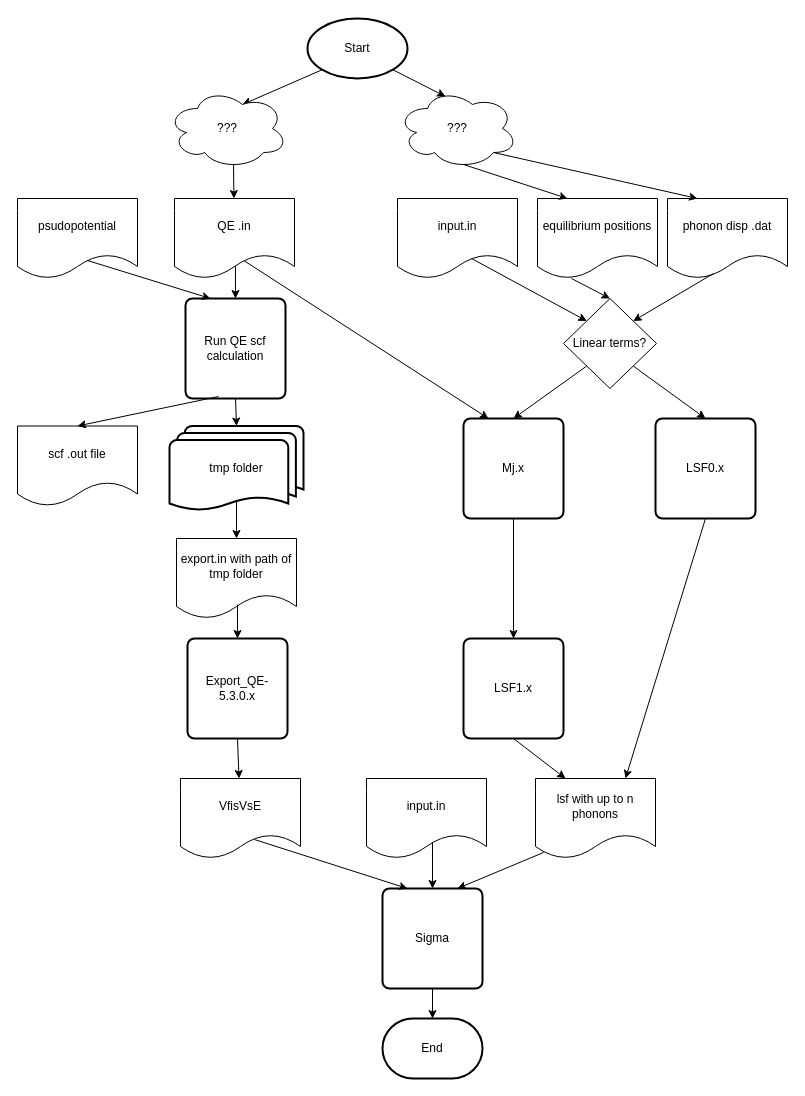
Above: carrierCapture.drawio in laurarnichols/defectCrossSections (draw.io), before the change. Source tidied: cells renumbered, new cells numbered last; positions are measured from the earlier drawing's top-left corner, leaving out a move shared by most shapes. Both pictures are drawn from the tidied source at 100%, with x=0, y=0 at pixel (17, 18).
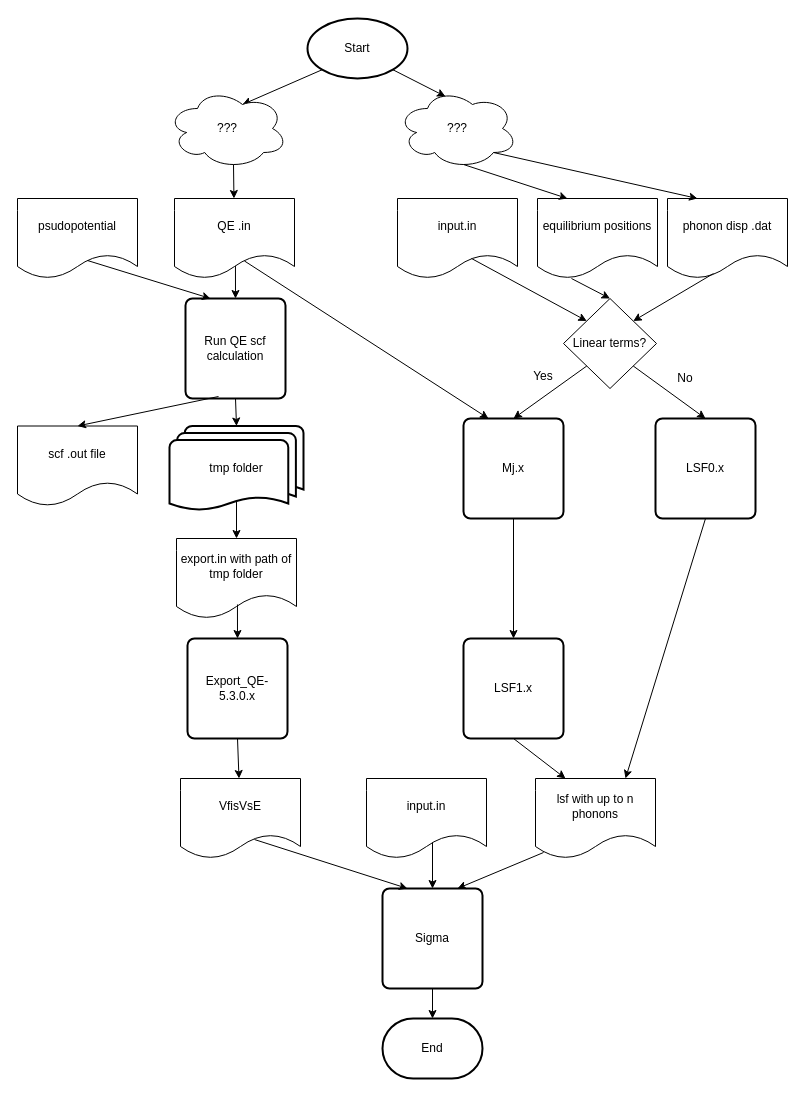
The same diagram, later.

Commit message:
Added labels for linear terms decision

What changed in the source:
```diff
@@
+    <mxCell id="49" value="Yes" style="text;html=1;strokeColor=none;fillColor=none;align=center;verticalAlign=middle;whiteSpace=wrap;rounded=0;" parent="1" vertex="1">
+      <mxGeometry x="506" y="348" width="40" height="20" as="geometry" />
+    </mxCell>
+    <mxCell id="50" value="No" style="text;html=1;strokeColor=none;fillColor=none;align=center;verticalAlign=middle;whiteSpace=wrap;rounded=0;" parent="1" vertex="1">
+      <mxGeometry x="648" y="350" width="40" height="20" as="geometry" />
+    </mxCell>
```
